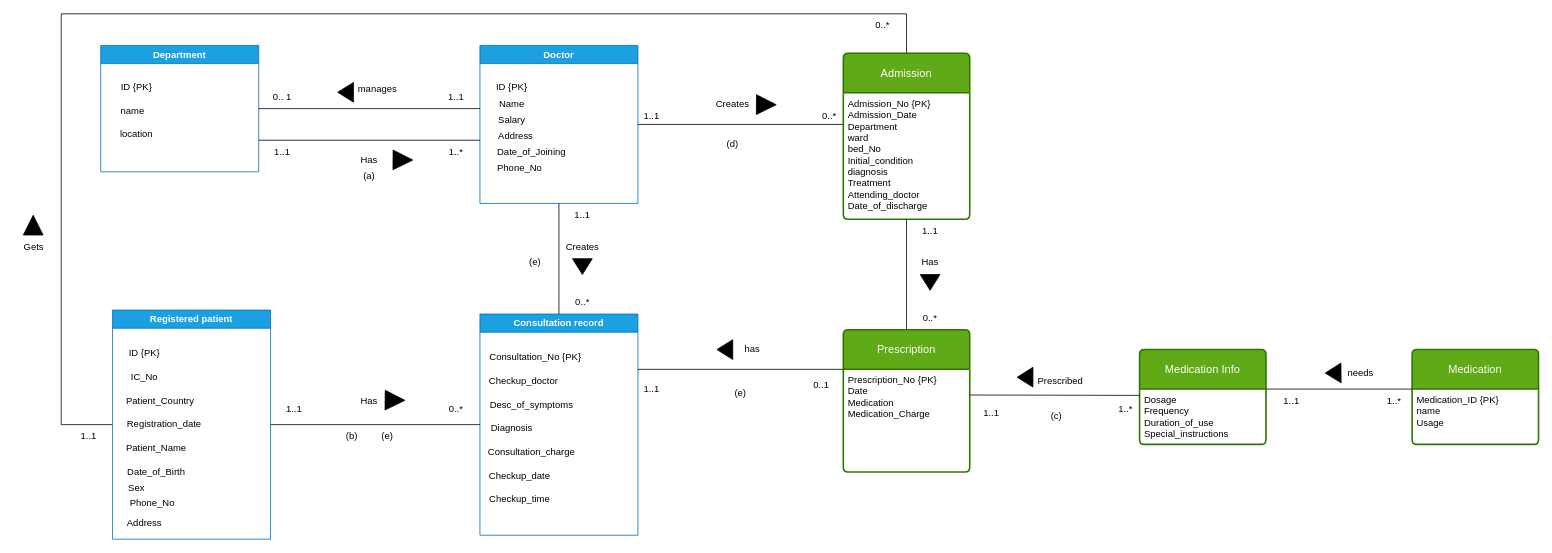
Before: Studeent1+2DBMS.drawio in Antonioiewh/DB_MANAGEMENT, a draw.io diagram. Source tidied: cells renumbered, new cells numbered last; positions are measured from the earlier drawing's top-left corner, leaving out a move shared by most shapes. Both pictures are drawn from the tidied source at 79%, with x=0, y=0 at pixel (13, 13).
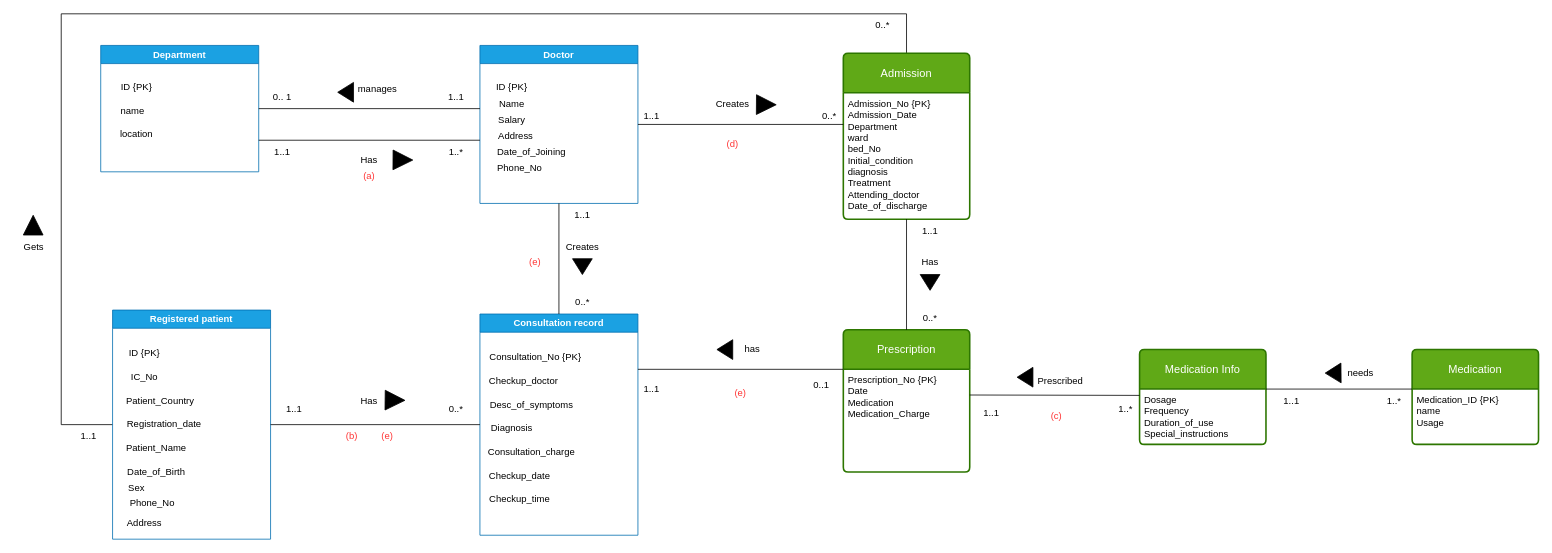
After the change.

Diff of the diagram source:
```diff
@@
-    <mxCell id="43" value="&lt;font style=&quot;color: light-dark(rgb(0, 0, 0), rgb(255, 0, 0));&quot;&gt;(a)&lt;/font&gt;" style="text;html=1;align=center;verticalAlign=middle;whiteSpace=wrap;rounded=0;" parent="1" vertex="1">
+    <mxCell id="43" value="&lt;font style=&quot;&quot;&gt;(a)&lt;/font&gt;" style="text;html=1;align=center;verticalAlign=middle;whiteSpace=wrap;rounded=0;fontColor=#FF3333;" parent="1" vertex="1">
       <mxGeometry x="420" y="190" width="60" height="30" as="geometry" />
     </mxCell>
-    <mxCell id="44" value="&lt;font style=&quot;color: light-dark(rgb(0, 0, 0), rgb(255, 0, 0));&quot;&gt;(b)&lt;/font&gt;" style="text;html=1;align=center;verticalAlign=middle;whiteSpace=wrap;rounded=0;" parent="1" vertex="1">
+    <mxCell id="44" value="&lt;font style=&quot;&quot;&gt;(b)&lt;/font&gt;" style="text;html=1;align=center;verticalAlign=middle;whiteSpace=wrap;rounded=0;fontColor=#FF3333;" parent="1" vertex="1">
       <mxGeometry x="397.5" y="520" width="60" height="30" as="geometry" />
     </mxCell>
@@
-    <mxCell id="62" value="&lt;font style=&quot;color: light-dark(rgb(0, 0, 0), rgb(255, 0, 0));&quot;&gt;(c)&lt;/font&gt;" style="text;html=1;align=center;verticalAlign=middle;whiteSpace=wrap;rounded=0;" parent="1" vertex="1">
+    <mxCell id="62" value="&lt;font style=&quot;&quot;&gt;(c)&lt;/font&gt;" style="text;html=1;align=center;verticalAlign=middle;whiteSpace=wrap;rounded=0;fontColor=#FF3333;" parent="1" vertex="1">
       <mxGeometry x="1290" y="495" width="60" height="30" as="geometry" />
     </mxCell>
-    <mxCell id="63" value="&lt;font style=&quot;color: light-dark(rgb(0, 0, 0), rgb(255, 0, 0));&quot;&gt;(e)&lt;/font&gt;" style="text;html=1;align=center;verticalAlign=middle;whiteSpace=wrap;rounded=0;" parent="1" vertex="1">
+    <mxCell id="63" value="&lt;font style=&quot;&quot;&gt;(e)&lt;/font&gt;" style="text;html=1;align=center;verticalAlign=middle;whiteSpace=wrap;rounded=0;fontColor=#FF3333;" parent="1" vertex="1">
       <mxGeometry x="890" y="465" width="60" height="30" as="geometry" />
     </mxCell>
@@
-    <mxCell id="73" value="&lt;font style=&quot;color: light-dark(rgb(0, 0, 0), rgb(255, 0, 0));&quot;&gt;(d)&lt;/font&gt;" style="text;html=1;align=center;verticalAlign=middle;whiteSpace=wrap;rounded=0;" parent="1" vertex="1">
+    <mxCell id="73" value="&lt;font style=&quot;&quot;&gt;(d)&lt;/font&gt;" style="text;html=1;align=center;verticalAlign=middle;whiteSpace=wrap;rounded=0;fontColor=#FF3333;" parent="1" vertex="1">
       <mxGeometry x="880" y="150" width="60" height="30" as="geometry" />
     </mxCell>
-    <mxCell id="74" value="&lt;font style=&quot;color: light-dark(rgb(0, 0, 0), rgb(255, 0, 0));&quot;&gt;(e)&lt;/font&gt;" style="text;html=1;align=center;verticalAlign=middle;whiteSpace=wrap;rounded=0;" parent="1" vertex="1">
+    <mxCell id="74" value="&lt;font style=&quot;&quot;&gt;(e)&lt;/font&gt;" style="text;html=1;align=center;verticalAlign=middle;whiteSpace=wrap;rounded=0;fontColor=#FF3333;" parent="1" vertex="1">
       <mxGeometry x="442.5" y="520" width="60" height="30" as="geometry" />
     </mxCell>
@@
-    <mxCell id="95" value="&lt;font style=&quot;color: light-dark(rgb(0, 0, 0), rgb(255, 0, 0));&quot;&gt;(e)&lt;/font&gt;" style="text;html=1;align=center;verticalAlign=middle;whiteSpace=wrap;rounded=0;" parent="1" vertex="1">
+    <mxCell id="95" value="&lt;font style=&quot;&quot;&gt;(e)&lt;/font&gt;" style="text;html=1;align=center;verticalAlign=middle;whiteSpace=wrap;rounded=0;fontColor=#FF3333;" parent="1" vertex="1">
       <mxGeometry x="630" y="300" width="60" height="30" as="geometry" />
     </mxCell>
```
